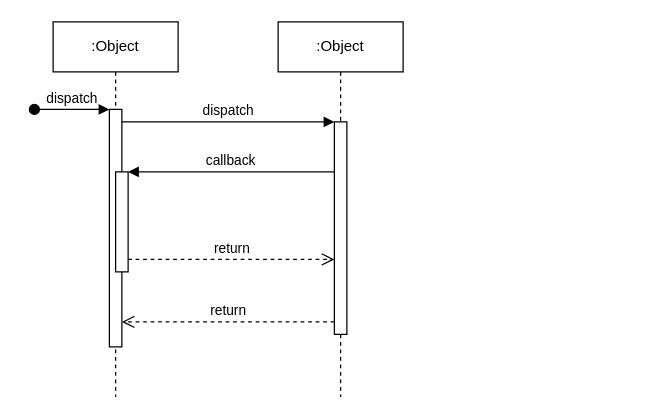
Earlier version of the draw.io diagram Use Case Diagrams/Create Account/Create Account Sequence Diagram.drawio (gavinbarry60/group8). Source tidied: cells renumbered, new cells numbered last; positions are measured from the earlier drawing's top-left corner, leaving out a move shared by most shapes. Both pictures are drawn from the tidied source at 125%, with x=0, y=0 at pixel (34, 21).
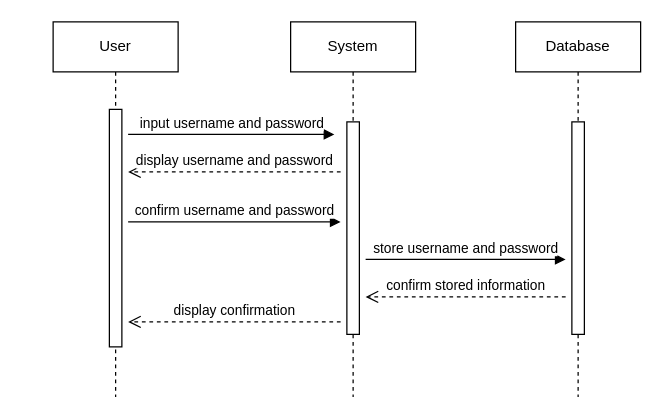
Above is the later version.

The change refers to these unchanged cells:
```xml
<mxCell id="3" style="html=1;points=[];perimeter=orthogonalPerimeter;outlineConnect=0;targetShapes=umlLifeline;portConstraint=eastwest;newEdgeStyle={&quot;edgeStyle&quot;:&quot;elbowEdgeStyle&quot;,&quot;elbow&quot;:&quot;vertical&quot;,&quot;curved&quot;:0,&quot;rounded&quot;:0};" parent="2" vertex="1">
  <mxGeometry x="45" y="70" width="10" height="190" as="geometry" />
</mxCell>
<mxCell id="7" style="html=1;points=[];perimeter=orthogonalPerimeter;outlineConnect=0;targetShapes=umlLifeline;portConstraint=eastwest;newEdgeStyle={&quot;edgeStyle&quot;:&quot;elbowEdgeStyle&quot;,&quot;elbow&quot;:&quot;vertical&quot;,&quot;curved&quot;:0,&quot;rounded&quot;:0};" parent="6" vertex="1">
  <mxGeometry x="45" y="80" width="10" height="170" as="geometry" />
</mxCell>
```

Diff of the diagram source:
```diff
@@
-    <mxCell id="2" value=":Object" style="shape=umlLifeline;perimeter=lifelinePerimeter;whiteSpace=wrap;html=1;newEdgeStyle={&quot;edgeStyle&quot;:&quot;elbowEdgeStyle&quot;,&quot;elbow&quot;:&quot;vertical&quot;,&quot;curved&quot;:0,&quot;rounded&quot;:0};" parent="1" vertex="1">
+    <mxCell id="2" value="User" style="shape=umlLifeline;perimeter=lifelinePerimeter;whiteSpace=wrap;html=1;newEdgeStyle={&quot;edgeStyle&quot;:&quot;elbowEdgeStyle&quot;,&quot;elbow&quot;:&quot;vertical&quot;,&quot;curved&quot;:0,&quot;rounded&quot;:0};" parent="1" vertex="1">
       <mxGeometry x="15" width="100" height="300" as="geometry" />
     </mxCell>
@@
-    <mxCell id="4" value="dispatch" style="html=1;verticalAlign=bottom;startArrow=oval;endArrow=block;startSize=8;edgeStyle=elbowEdgeStyle;elbow=vertical;curved=0;rounded=0;" parent="2" edge="1" target="3">
-      <mxGeometry relative="1" as="geometry">
-        <mxPoint x="-15" y="70" as="sourcePoint" />
-      </mxGeometry>
-    </mxCell>
-    <mxCell id="5" style="html=1;points=[];perimeter=orthogonalPerimeter;outlineConnect=0;targetShapes=umlLifeline;portConstraint=eastwest;newEdgeStyle={&quot;edgeStyle&quot;:&quot;elbowEdgeStyle&quot;,&quot;elbow&quot;:&quot;vertical&quot;,&quot;curved&quot;:0,&quot;rounded&quot;:0};" parent="2" vertex="1">
-      <mxGeometry x="50" y="120" width="10" height="80" as="geometry" />
-    </mxCell>
-    <mxCell id="6" value=":Object" style="shape=umlLifeline;perimeter=lifelinePerimeter;whiteSpace=wrap;html=1;newEdgeStyle={&quot;edgeStyle&quot;:&quot;elbowEdgeStyle&quot;,&quot;elbow&quot;:&quot;vertical&quot;,&quot;curved&quot;:0,&quot;rounded&quot;:0};" parent="1" vertex="1">
-      <mxGeometry x="195" width="100" height="300" as="geometry" />
+    <mxCell id="6" value="System" style="shape=umlLifeline;perimeter=lifelinePerimeter;whiteSpace=wrap;html=1;newEdgeStyle={&quot;edgeStyle&quot;:&quot;elbowEdgeStyle&quot;,&quot;elbow&quot;:&quot;vertical&quot;,&quot;curved&quot;:0,&quot;rounded&quot;:0};" parent="1" vertex="1">
+      <mxGeometry x="205" width="100" height="300" as="geometry" />
     </mxCell>
@@
-    <mxCell id="8" value="dispatch" style="html=1;verticalAlign=bottom;endArrow=block;edgeStyle=elbowEdgeStyle;elbow=vertical;curved=0;rounded=0;" parent="1" edge="1" source="3" target="7">
+    <mxCell id="8" value="input username and password" style="html=1;verticalAlign=bottom;endArrow=block;edgeStyle=elbowEdgeStyle;elbow=vertical;curved=0;rounded=0;" parent="1" edge="1">
       <mxGeometry relative="1" as="geometry">
+        <mxPoint x="75" y="90" as="sourcePoint" />
+        <mxPoint x="240" y="90" as="targetPoint" />
         <Array as="points">
-          <mxPoint x="155" y="80" />
+          <mxPoint x="160" y="90" />
         </Array>
       </mxGeometry>
     </mxCell>
-    <mxCell id="9" value="return" style="html=1;verticalAlign=bottom;endArrow=open;dashed=1;endSize=8;edgeStyle=elbowEdgeStyle;elbow=vertical;curved=0;rounded=0;" parent="1" edge="1" source="7" target="3">
+    <mxCell id="9" value="display username and password" style="html=1;verticalAlign=bottom;endArrow=open;dashed=1;endSize=8;edgeStyle=elbowEdgeStyle;elbow=vertical;curved=0;rounded=0;" parent="1" edge="1">
       <mxGeometry relative="1" as="geometry">
-        <Array as="points">
-          <mxPoint x="165" y="240" />
-        </Array>
+        <mxPoint x="245" y="120" as="sourcePoint" />
+        <mxPoint x="75" y="120" as="targetPoint" />
       </mxGeometry>
     </mxCell>
-    <mxCell id="10" value="callback" style="html=1;verticalAlign=bottom;endArrow=block;edgeStyle=elbowEdgeStyle;elbow=vertical;curved=0;rounded=0;" parent="1" edge="1" source="7" target="5">
-      <mxGeometry relative="1" as="geometry">
-        <Array as="points">
-          <mxPoint x="165" y="120" />
-        </Array>
-      </mxGeometry>
-    </mxCell>
-    <mxCell id="11" value="return" style="html=1;verticalAlign=bottom;endArrow=open;dashed=1;endSize=8;edgeStyle=elbowEdgeStyle;elbow=vertical;curved=0;rounded=0;" parent="1" edge="1" source="5" target="7">
-      <mxGeometry relative="1" as="geometry">
-        <Array as="points">
-          <mxPoint x="155" y="190" />
-        </Array>
-      </mxGeometry>
-    </mxCell>
+    <mxCell id="12" value="Database" style="shape=umlLifeline;perimeter=lifelinePerimeter;whiteSpace=wrap;html=1;newEdgeStyle={&quot;edgeStyle&quot;:&quot;elbowEdgeStyle&quot;,&quot;elbow&quot;:&quot;vertical&quot;,&quot;curved&quot;:0,&quot;rounded&quot;:0};" parent="1" vertex="1">
+      <mxGeometry x="385" width="100" height="300" as="geometry" />
+    </mxCell>
+    <mxCell id="13" style="html=1;perimeter=orthogonalPerimeter;targetShapes=umlLifeline;newEdgeStyle={&quot;edgeStyle&quot;:&quot;elbowEdgeStyle&quot;,&quot;elbow&quot;:&quot;vertical&quot;,&quot;curved&quot;:0,&quot;rounded&quot;:0};" parent="12" vertex="1">
+      <mxGeometry x="45" y="80" width="10" height="170" as="geometry" />
+    </mxCell>
+    <mxCell id="14" value="confirm username and password" style="html=1;verticalAlign=bottom;endArrow=block;edgeStyle=elbowEdgeStyle;elbow=vertical;curved=0;rounded=0;" parent="1" edge="1">
+      <mxGeometry relative="1" as="geometry">
+        <mxPoint x="75" y="160" as="sourcePoint" />
+        <mxPoint x="245" y="160" as="targetPoint" />
+        <Array as="points">
+          <mxPoint x="160" y="160" />
+        </Array>
+      </mxGeometry>
+    </mxCell>
+    <mxCell id="15" value="store username and password" style="html=1;verticalAlign=bottom;endArrow=block;edgeStyle=elbowEdgeStyle;elbow=vertical;curved=0;rounded=0;" parent="1" edge="1">
+      <mxGeometry relative="1" as="geometry">
+        <mxPoint x="265" y="190" as="sourcePoint" />
+        <mxPoint x="425" y="190" as="targetPoint" />
+        <Array as="points">
+          <mxPoint x="340" y="190" />
+        </Array>
+      </mxGeometry>
+    </mxCell>
+    <mxCell id="16" value="confirm stored information" style="html=1;verticalAlign=bottom;endArrow=open;dashed=1;endSize=8;edgeStyle=elbowEdgeStyle;elbow=vertical;curved=0;rounded=0;" parent="1" edge="1">
+      <mxGeometry relative="1" as="geometry">
+        <mxPoint x="425" y="220" as="sourcePoint" />
+        <mxPoint x="265" y="220" as="targetPoint" />
+      </mxGeometry>
+    </mxCell>
+    <mxCell id="17" value="display confirmation" style="html=1;verticalAlign=bottom;endArrow=open;dashed=1;endSize=8;edgeStyle=elbowEdgeStyle;elbow=vertical;curved=0;rounded=0;" parent="1" edge="1">
+      <mxGeometry relative="1" as="geometry">
+        <mxPoint x="245" y="240" as="sourcePoint" />
+        <mxPoint x="75" y="240" as="targetPoint" />
+      </mxGeometry>
+    </mxCell>
```
